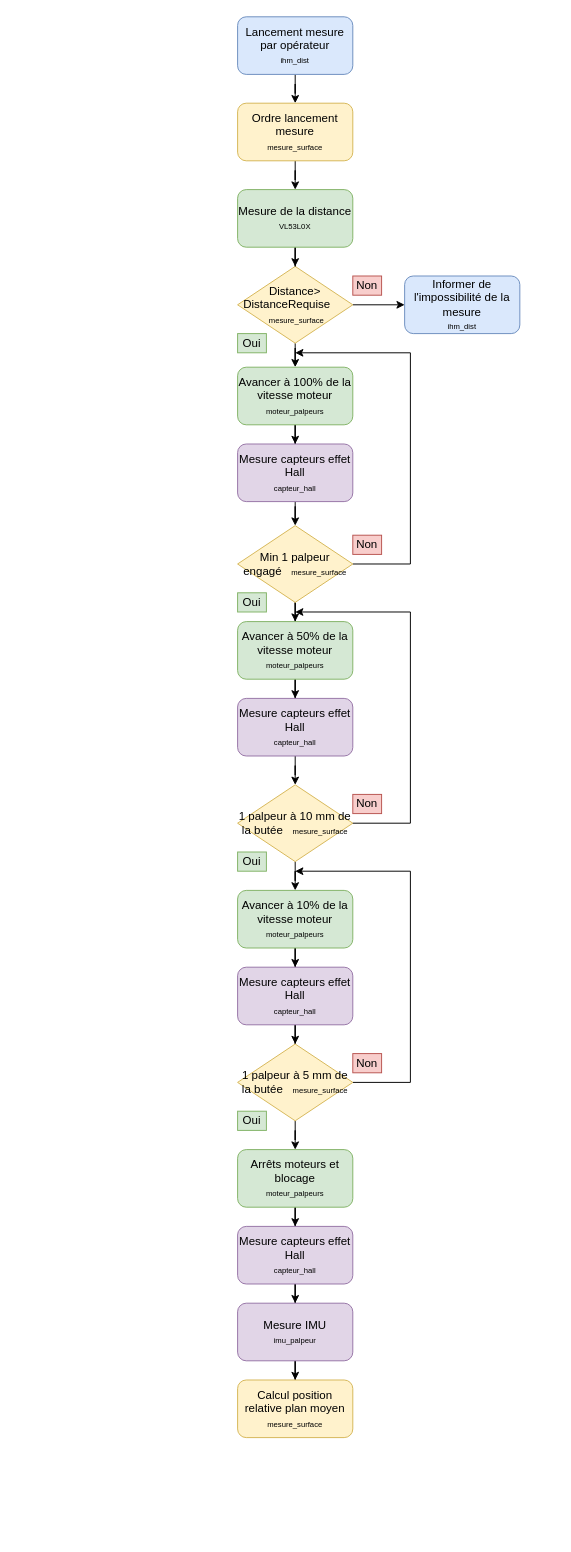
The draw.io diagram docs/architecture/Procédure plaque palpable.drawio in MomoFall/SPOC-INFORMATIQUE, before the edit. Source tidied: cells renumbered, new cells numbered last; positions are measured from the earlier drawing's top-left corner, leaving out a move shared by most shapes. Both pictures are drawn from the tidied source at 96%, with x=0, y=0 at pixel (237, 16).
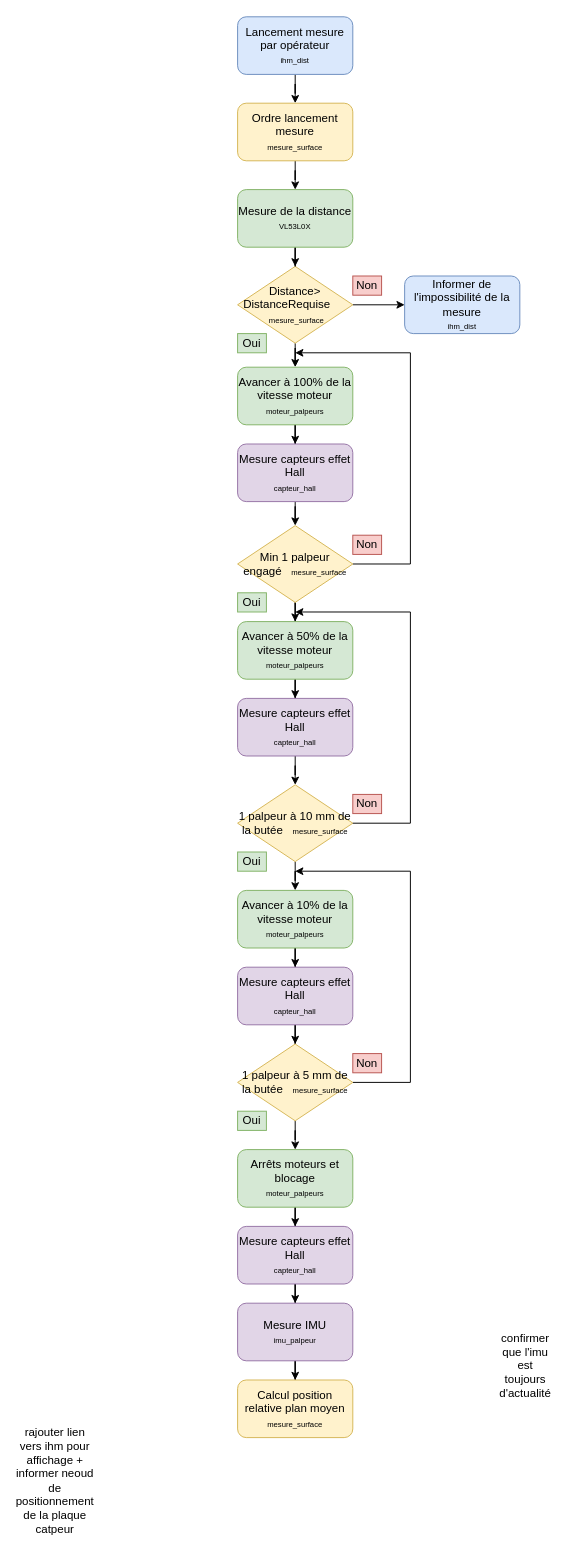
After the change.

Commit message:
Mettre à jour Procédure plaque palpable.drawio

The edit, as a diff of the source:
```diff
@@
+    <mxCell id="48" value="rajouter lien vers ihm pour affichage + informer neoud de positionnement de la plaque catpeur" style="text;html=1;whiteSpace=wrap;strokeColor=none;fillColor=none;align=center;verticalAlign=middle;rounded=0;" parent="1" vertex="1">
+      <mxGeometry x="-220" y="1510" width="60" height="30" as="geometry" />
+    </mxCell>
+    <mxCell id="49" value="confirmer que l'imu est toujours d'actualité" style="text;html=1;whiteSpace=wrap;strokeColor=none;fillColor=none;align=center;verticalAlign=middle;rounded=0;" parent="1" vertex="1">
+      <mxGeometry x="270" y="1390" width="60" height="30" as="geometry" />
+    </mxCell>
```
